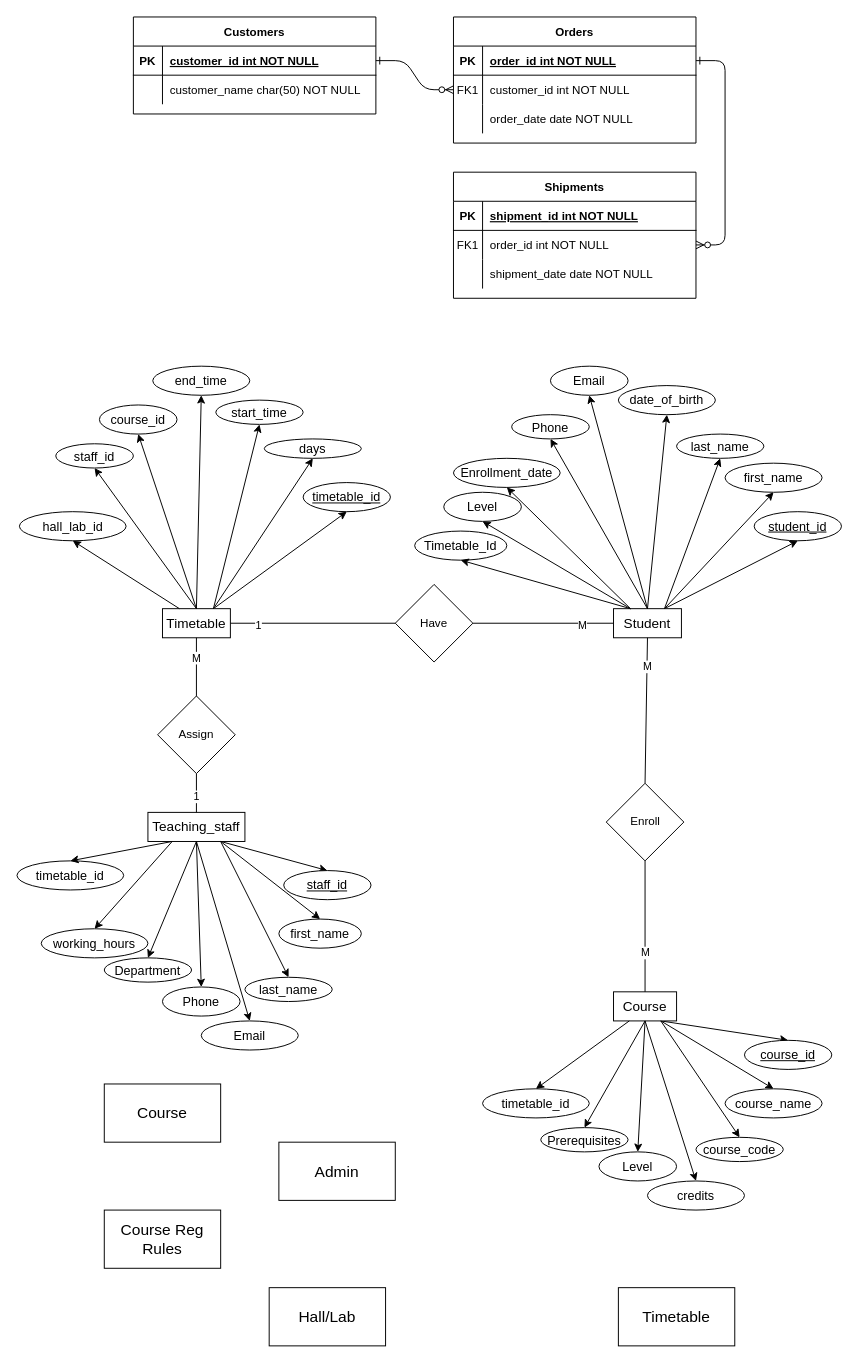
Above: ERD.drawio in david11133/draw.io (draw.io), before the change. Source tidied: cells renumbered, new cells numbered last; positions are measured from the earlier drawing's top-left corner, leaving out a move shared by most shapes. Both pictures are drawn from the tidied source at 97%, with x=0, y=0 at pixel (16, 16).
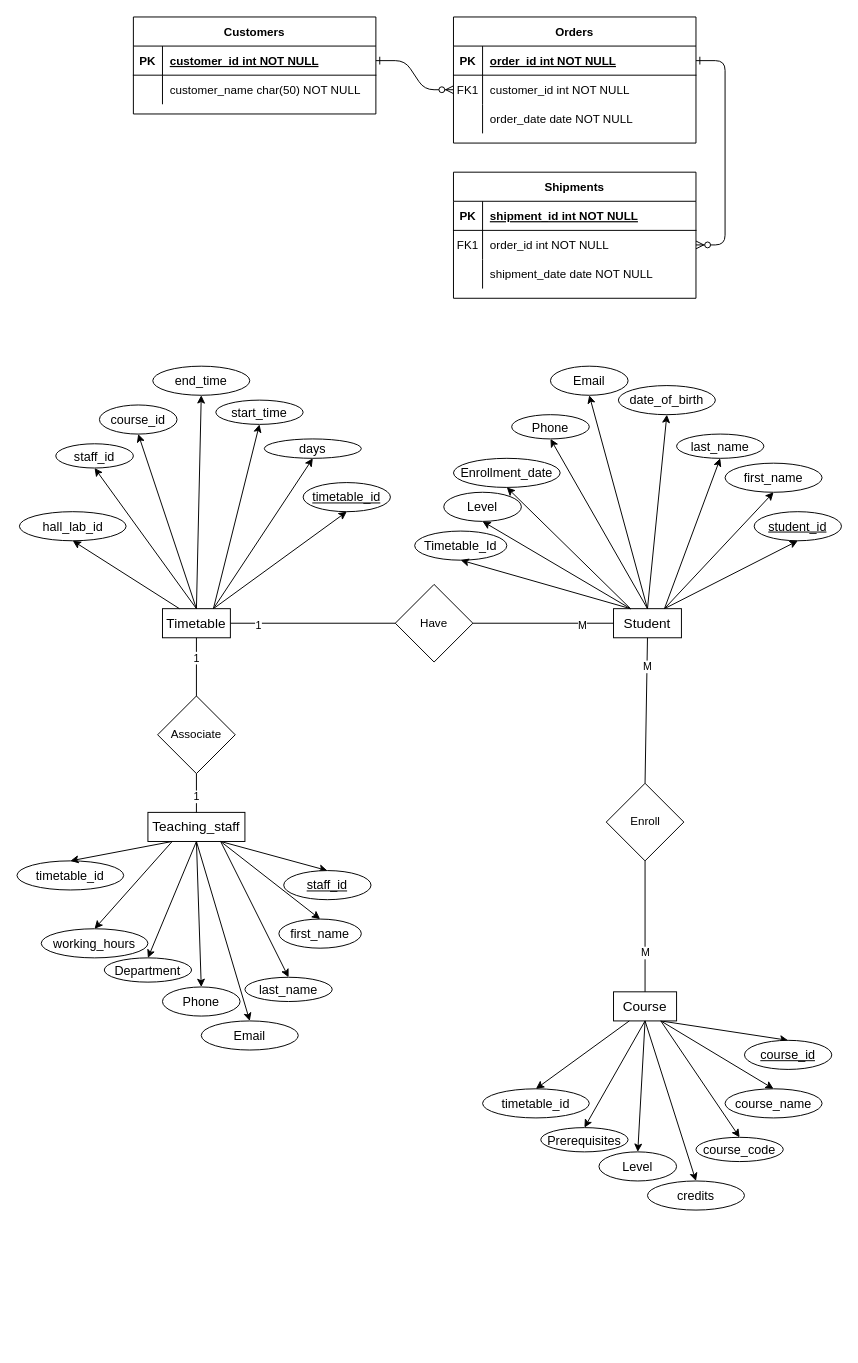
The same diagram, later.

Unchanged cells that the change refers to:
```xml
<mxCell id="113" style="endArrow=none;html=1;rounded=0;exitX=0.5;exitY=0;exitDx=0;exitDy=0;entryX=0.5;entryY=1;entryDx=0;entryDy=0;" parent="1" edge="1" source="112" target="71">
  <mxGeometry relative="1" as="geometry" />
</mxCell>
```

Change to the diagram source:
```diff
@@
-    <mxCell id="33" value="Admin" style="rounded=0;whiteSpace=wrap;html=1;fontSize=16;" parent="1" vertex="1">
-      <mxGeometry x="270" y="1160" width="120" height="60" as="geometry" />
-    </mxCell>
-    <mxCell id="34" value="Course" style="rounded=0;whiteSpace=wrap;html=1;fontSize=16;" parent="1" vertex="1">
-      <mxGeometry x="90" y="1100" width="120" height="60" as="geometry" />
-    </mxCell>
-    <mxCell id="35" value="Hall/Lab" style="rounded=0;whiteSpace=wrap;html=1;fontSize=16;" parent="1" vertex="1">
-      <mxGeometry x="260" y="1310" width="120" height="60" as="geometry" />
-    </mxCell>
-    <mxCell id="36" value="Timetable" style="rounded=0;whiteSpace=wrap;html=1;fontSize=16;" parent="1" vertex="1">
-      <mxGeometry x="620" y="1310" width="120" height="60" as="geometry" />
-    </mxCell>
-    <mxCell id="37" value="Course Reg Rules" style="rounded=0;whiteSpace=wrap;html=1;fontSize=16;" parent="1" vertex="1">
-      <mxGeometry x="90" y="1230" width="120" height="60" as="geometry" />
-    </mxCell>
@@
-    <mxCell id="112" value="Assign" style="rhombus;whiteSpace=wrap;html=1;" parent="1" vertex="1">
+    <mxCell id="112" value="Associate" style="rhombus;whiteSpace=wrap;html=1;" parent="1" vertex="1">
       <mxGeometry x="145" y="700" width="80" height="80" as="geometry" />
     </mxCell>
@@
-    <mxCell id="114" value="M" style="edgeLabel;html=1;align=center;verticalAlign=middle;" parent="113" vertex="1">
+    <mxCell id="114" value="1" style="edgeLabel;html=1;align=center;verticalAlign=middle;" parent="113" vertex="1">
       <mxGeometry x="0.31" y="1" relative="1" as="geometry">
         <mxPoint y="-1" as="offset" />
       </mxGeometry>
     </mxCell>
```
